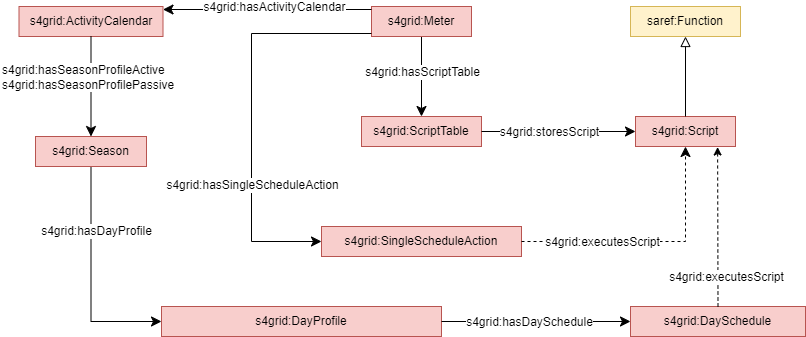
Before: documentation/diagrams/SAREF4GRID_Overview_3.png, a diagram exported from draw.io (Sergio-Carulli/saref4grid). Source tidied: cells renumbered, new cells last; positions are measured from the earlier drawing's top-left corner, leaving out a move shared by most shapes. Its diagram source:
```xml
<mxGraphModel>
  <root>
    <mxCell id="0" />
    <mxCell id="1" parent="0" />
    <mxCell id="2" value="saref:Function" style="rounded=0;whiteSpace=wrap;html=1;snapToPoint=1;points=[[0.1,0],[0.2,0],[0.3,0],[0.4,0],[0.5,0],[0.6,0],[0.7,0],[0.8,0],[0.9,0],[0,0.1],[0,0.3],[0,0.5],[0,0.7],[0,0.9],[0.1,1],[0.2,1],[0.3,1],[0.4,1],[0.5,1],[0.6,1],[0.7,1],[0.8,1],[0.9,1],[1,0.1],[1,0.3],[1,0.5],[1,0.7],[1,0.9]];fillColor=#fff2cc;strokeColor=#d6b656;" parent="1" vertex="1">
      <mxGeometry x="611" width="110" height="30" as="geometry" />
    </mxCell>
    <mxCell id="3" value="s4grid:ScriptTable" style="rounded=0;whiteSpace=wrap;html=1;snapToPoint=1;points=[[0.1,0],[0.2,0],[0.3,0],[0.4,0],[0.5,0],[0.6,0],[0.7,0],[0.8,0],[0.9,0],[0,0.1],[0,0.3],[0,0.5],[0,0.7],[0,0.9],[0.1,1],[0.2,1],[0.3,1],[0.4,1],[0.5,1],[0.6,1],[0.7,1],[0.8,1],[0.9,1],[1,0.1],[1,0.3],[1,0.5],[1,0.7],[1,0.9]];fillColor=#f8cecc;strokeColor=#b85450;" parent="1" vertex="1">
      <mxGeometry x="342" y="110" width="120" height="30" as="geometry" />
    </mxCell>
    <mxCell id="4" style="endArrow=classic;html=1;exitX=0.5;exitY=1;exitDx=0;exitDy=0;entryX=0.5;entryY=0;entryDx=0;entryDy=0;endSize=8;arcSize=0;rounded=0;" parent="1" edge="1" source="10" target="3">
      <mxGeometry relative="1" as="geometry" />
    </mxCell>
    <mxCell id="5" value="&lt;div&gt;s4grid:hasScriptTable&lt;/div&gt;" style="text;html=1;align=center;verticalAlign=middle;labelBackgroundColor=#ffffff;" parent="4" vertex="1">
      <mxGeometry x="-0.13" relative="1" as="geometry" />
    </mxCell>
    <mxCell id="6" value="s4grid:Script" style="rounded=0;whiteSpace=wrap;html=1;snapToPoint=1;points=[[0.1,0],[0.2,0],[0.3,0],[0.4,0],[0.5,0],[0.6,0],[0.7,0],[0.8,0],[0.9,0],[0,0.1],[0,0.3],[0,0.5],[0,0.7],[0,0.9],[0.1,1],[0.2,1],[0.3,1],[0.4,1],[0.5,1],[0.6,1],[0.7,1],[0.8,1],[0.9,1],[1,0.1],[1,0.3],[1,0.5],[1,0.7],[1,0.9]];fillColor=#f8cecc;strokeColor=#b85450;" parent="1" vertex="1">
      <mxGeometry x="616" y="110" width="100" height="30" as="geometry" />
    </mxCell>
    <mxCell id="7" style="endArrow=classic;html=1;exitX=1;exitY=0.5;exitDx=0;exitDy=0;endSize=8;arcSize=0;rounded=0;entryX=0;entryY=0.5;entryDx=0;entryDy=0;" parent="1" edge="1" source="3" target="6">
      <mxGeometry relative="1" as="geometry" />
    </mxCell>
    <mxCell id="8" value="s4grid:storesScript" style="text;html=1;align=center;verticalAlign=middle;labelBackgroundColor=#ffffff;" parent="7" vertex="1">
      <mxGeometry x="-0.13" relative="1" as="geometry" />
    </mxCell>
    <mxCell id="9" style="endArrow=block;html=1;fontColor=#000099;exitX=0.5;exitY=0;exitDx=0;exitDy=0;endFill=0;entryX=0.5;entryY=1;entryDx=0;entryDy=0;endSize=8;arcSize=0;rounded=0;" parent="1" edge="1" source="6" target="2">
      <mxGeometry relative="1" as="geometry" />
    </mxCell>
    <mxCell id="10" value="s4grid:Meter" style="rounded=0;whiteSpace=wrap;html=1;snapToPoint=1;points=[[0.1,0],[0.2,0],[0.3,0],[0.4,0],[0.5,0],[0.6,0],[0.7,0],[0.8,0],[0.9,0],[0,0.1],[0,0.3],[0,0.5],[0,0.7],[0,0.9],[0.1,1],[0.2,1],[0.3,1],[0.4,1],[0.5,1],[0.6,1],[0.7,1],[0.8,1],[0.9,1],[1,0.1],[1,0.3],[1,0.5],[1,0.7],[1,0.9]];fillColor=#f8cecc;strokeColor=#b85450;" parent="1" vertex="1">
      <mxGeometry x="352" width="100" height="30" as="geometry" />
    </mxCell>
    <mxCell id="11" value="s4grid:SingleScheduleAction" style="rounded=0;whiteSpace=wrap;html=1;snapToPoint=1;points=[[0.1,0],[0.2,0],[0.3,0],[0.4,0],[0.5,0],[0.6,0],[0.7,0],[0.8,0],[0.9,0],[0,0.1],[0,0.3],[0,0.5],[0,0.7],[0,0.9],[0.1,1],[0.2,1],[0.3,1],[0.4,1],[0.5,1],[0.6,1],[0.7,1],[0.8,1],[0.9,1],[1,0.1],[1,0.3],[1,0.5],[1,0.7],[1,0.9]];fillColor=#f8cecc;strokeColor=#b85450;" parent="1" vertex="1">
      <mxGeometry x="302" y="220" width="200" height="30" as="geometry" />
    </mxCell>
    <mxCell id="12" style="endArrow=classic;html=1;exitX=1;exitY=0.5;exitDx=0;exitDy=0;endSize=8;arcSize=0;rounded=0;entryX=0.5;entryY=1;entryDx=0;entryDy=0;dashed=1;edgeStyle=orthogonalEdgeStyle;" parent="1" edge="1" source="11" target="6">
      <mxGeometry relative="1" as="geometry" />
    </mxCell>
    <mxCell id="13" value="&lt;div&gt;s4grid:executesScript&lt;/div&gt;" style="text;html=1;align=center;verticalAlign=middle;labelBackgroundColor=#ffffff;" parent="12" vertex="1">
      <mxGeometry x="-0.13" relative="1" as="geometry">
        <mxPoint x="-33" as="offset" />
      </mxGeometry>
    </mxCell>
    <mxCell id="14" style="endArrow=classic;html=1;exitX=0;exitY=0.9;exitDx=0;exitDy=0;entryX=0;entryY=0.5;entryDx=0;entryDy=0;endSize=8;arcSize=0;rounded=0;edgeStyle=orthogonalEdgeStyle;" parent="1" edge="1" source="10" target="11">
      <mxGeometry relative="1" as="geometry">
        <Array as="points">
          <mxPoint x="232" y="27" />
          <mxPoint x="232" y="235" />
        </Array>
      </mxGeometry>
    </mxCell>
    <mxCell id="15" value="&lt;div&gt;s4grid:hasSingleScheduleAction&lt;/div&gt;" style="text;html=1;align=center;verticalAlign=middle;labelBackgroundColor=#ffffff;" parent="14" vertex="1">
      <mxGeometry x="-0.13" relative="1" as="geometry">
        <mxPoint y="97" as="offset" />
      </mxGeometry>
    </mxCell>
    <mxCell id="16" style="endArrow=classic;html=1;exitX=0;exitY=0.1;exitDx=0;exitDy=0;entryX=1;entryY=0.1;entryDx=0;entryDy=0;endSize=8;arcSize=0;rounded=0;" parent="1" edge="1" source="10" target="18">
      <mxGeometry relative="1" as="geometry" />
    </mxCell>
    <mxCell id="17" value="&lt;div&gt;s4grid:hasActivityCalendar&lt;/div&gt;" style="text;html=1;align=center;verticalAlign=middle;labelBackgroundColor=#ffffff;" parent="16" vertex="1">
      <mxGeometry x="-0.13" relative="1" as="geometry">
        <mxPoint x="-7" y="-3" as="offset" />
      </mxGeometry>
    </mxCell>
    <mxCell id="18" value="s4grid:ActivityCalendar" style="rounded=0;whiteSpace=wrap;html=1;snapToPoint=1;points=[[0.1,0],[0.2,0],[0.3,0],[0.4,0],[0.5,0],[0.6,0],[0.7,0],[0.8,0],[0.9,0],[0,0.1],[0,0.3],[0,0.5],[0,0.7],[0,0.9],[0.1,1],[0.2,1],[0.3,1],[0.4,1],[0.5,1],[0.6,1],[0.7,1],[0.8,1],[0.9,1],[1,0.1],[1,0.3],[1,0.5],[1,0.7],[1,0.9]];fillColor=#f8cecc;strokeColor=#b85450;" parent="1" vertex="1">
      <mxGeometry x="-0.5" width="144" height="30" as="geometry" />
    </mxCell>
    <mxCell id="19" value="s4grid:DayProfile" style="rounded=0;whiteSpace=wrap;html=1;snapToPoint=1;points=[[0.1,0],[0.2,0],[0.3,0],[0.4,0],[0.5,0],[0.6,0],[0.7,0],[0.8,0],[0.9,0],[0,0.1],[0,0.3],[0,0.5],[0,0.7],[0,0.9],[0.1,1],[0.2,1],[0.3,1],[0.4,1],[0.5,1],[0.6,1],[0.7,1],[0.8,1],[0.9,1],[1,0.1],[1,0.3],[1,0.5],[1,0.7],[1,0.9]];fillColor=#f8cecc;strokeColor=#b85450;" parent="1" vertex="1">
      <mxGeometry x="142" y="300" width="280" height="30" as="geometry" />
    </mxCell>
    <mxCell id="20" style="endArrow=classic;html=1;entryX=0;entryY=0.5;entryDx=0;entryDy=0;endSize=8;arcSize=0;rounded=0;exitX=0.5;exitY=1;exitDx=0;exitDy=0;edgeStyle=orthogonalEdgeStyle;" parent="1" edge="1" source="27" target="19">
      <mxGeometry relative="1" as="geometry" />
    </mxCell>
    <mxCell id="21" value="&lt;div&gt;s4grid:hasDayProfile&lt;/div&gt;" style="text;html=1;align=center;verticalAlign=middle;labelBackgroundColor=#ffffff;" parent="20" vertex="1">
      <mxGeometry x="-0.13" relative="1" as="geometry">
        <mxPoint x="5" y="-34" as="offset" />
      </mxGeometry>
    </mxCell>
    <mxCell id="22" value="s4grid:DaySchedule" style="rounded=0;whiteSpace=wrap;html=1;snapToPoint=1;points=[[0.1,0],[0.2,0],[0.3,0],[0.4,0],[0.5,0],[0.6,0],[0.7,0],[0.8,0],[0.9,0],[0,0.1],[0,0.3],[0,0.5],[0,0.7],[0,0.9],[0.1,1],[0.2,1],[0.3,1],[0.4,1],[0.5,1],[0.6,1],[0.7,1],[0.8,1],[0.9,1],[1,0.1],[1,0.3],[1,0.5],[1,0.7],[1,0.9]];fillColor=#f8cecc;strokeColor=#b85450;" parent="1" vertex="1">
      <mxGeometry x="611" y="300" width="175" height="30" as="geometry" />
    </mxCell>
    <mxCell id="23" style="endArrow=classic;html=1;rounded=0;entryX=0.821;entryY=1.017;entryDx=0;entryDy=0;exitX=0.5;exitY=0;exitDx=0;exitDy=0;dashed=1;entryPerimeter=0;" parent="1" edge="1" source="22" target="6">
      <mxGeometry relative="1" as="geometry" />
    </mxCell>
    <mxCell id="24" value="s4grid:executesScript" style="edgeLabel;html=1;align=center;verticalAlign=middle;fontSize=12;" parent="23" vertex="1">
      <mxGeometry x="-0.17" relative="1" as="geometry">
        <mxPoint x="8" y="36" as="offset" />
      </mxGeometry>
    </mxCell>
    <mxCell id="25" style="endArrow=classic;html=1;exitX=1;exitY=0.5;exitDx=0;exitDy=0;endSize=8;arcSize=0;rounded=0;entryX=0;entryY=0.5;entryDx=0;entryDy=0;" parent="1" edge="1" source="19" target="22">
      <mxGeometry relative="1" as="geometry" />
    </mxCell>
    <mxCell id="26" value="&lt;div&gt;s4grid:hasDaySchedule&lt;/div&gt;" style="text;html=1;align=center;verticalAlign=middle;labelBackgroundColor=#ffffff;" parent="25" vertex="1">
      <mxGeometry x="-0.13" relative="1" as="geometry">
        <mxPoint x="4.2" as="offset" />
      </mxGeometry>
    </mxCell>
    <mxCell id="27" value="s4grid:Season" style="rounded=0;whiteSpace=wrap;html=1;snapToPoint=1;points=[[0.1,0],[0.2,0],[0.3,0],[0.4,0],[0.5,0],[0.6,0],[0.7,0],[0.8,0],[0.9,0],[0,0.1],[0,0.3],[0,0.5],[0,0.7],[0,0.9],[0.1,1],[0.2,1],[0.3,1],[0.4,1],[0.5,1],[0.6,1],[0.7,1],[0.8,1],[0.9,1],[1,0.1],[1,0.3],[1,0.5],[1,0.7],[1,0.9]];fillColor=#f8cecc;strokeColor=#b85450;" parent="1" vertex="1">
      <mxGeometry x="16" y="130" width="111" height="30" as="geometry" />
    </mxCell>
    <mxCell id="28" style="endArrow=classic;html=1;entryX=0.5;entryY=0;entryDx=0;entryDy=0;endSize=8;arcSize=0;rounded=0;exitX=0.5;exitY=1;exitDx=0;exitDy=0;" parent="1" edge="1" source="18" target="27">
      <mxGeometry relative="1" as="geometry" />
    </mxCell>
    <mxCell id="29" value="&lt;div&gt;s4grid:hasSeasonProfileActive&lt;/div&gt;s4grid:hasSeasonProfilePassive" style="text;html=1;align=left;verticalAlign=middle;labelBackgroundColor=#ffffff;" parent="28" vertex="1">
      <mxGeometry x="-0.13" relative="1" as="geometry">
        <mxPoint x="-91" y="-4" as="offset" />
      </mxGeometry>
    </mxCell>
  </root>
</mxGraphModel>
```
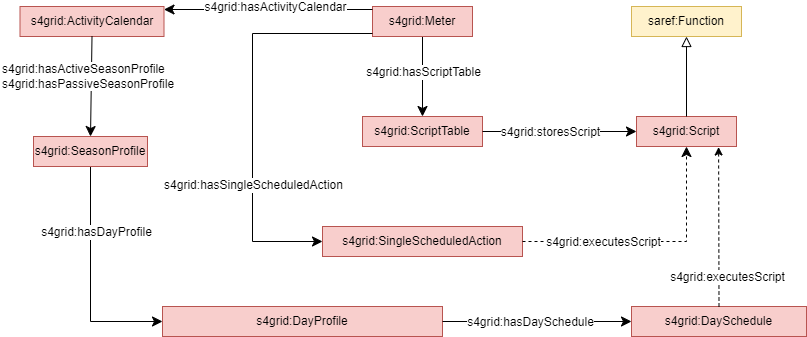
After the commit.

What changed in the source:
```diff
@@ -29,7 +29,7 @@
     <mxCell id="10" value="s4grid:Meter" style="rounded=0;whiteSpace=wrap;html=1;snapToPoint=1;points=[[0.1,0],[0.2,0],[0.3,0],[0.4,0],[0.5,0],[0.6,0],[0.7,0],[0.8,0],[0.9,0],[0,0.1],[0,0.3],[0,0.5],[0,0.7],[0,0.9],[0.1,1],[0.2,1],[0.3,1],[0.4,1],[0.5,1],[0.6,1],[0.7,1],[0.8,1],[0.9,1],[1,0.1],[1,0.3],[1,0.5],[1,0.7],[1,0.9]];fillColor=#f8cecc;strokeColor=#b85450;" parent="1" vertex="1">
       <mxGeometry x="352" width="100" height="30" as="geometry" />
     </mxCell>
-    <mxCell id="11" value="s4grid:SingleScheduleAction" style="rounded=0;whiteSpace=wrap;html=1;snapToPoint=1;points=[[0.1,0],[0.2,0],[0.3,0],[0.4,0],[0.5,0],[0.6,0],[0.7,0],[0.8,0],[0.9,0],[0,0.1],[0,0.3],[0,0.5],[0,0.7],[0,0.9],[0.1,1],[0.2,1],[0.3,1],[0.4,1],[0.5,1],[0.6,1],[0.7,1],[0.8,1],[0.9,1],[1,0.1],[1,0.3],[1,0.5],[1,0.7],[1,0.9]];fillColor=#f8cecc;strokeColor=#b85450;" parent="1" vertex="1">
+    <mxCell id="11" value="s4grid:SingleScheduledAction" style="rounded=0;whiteSpace=wrap;html=1;snapToPoint=1;points=[[0.1,0],[0.2,0],[0.3,0],[0.4,0],[0.5,0],[0.6,0],[0.7,0],[0.8,0],[0.9,0],[0,0.1],[0,0.3],[0,0.5],[0,0.7],[0,0.9],[0.1,1],[0.2,1],[0.3,1],[0.4,1],[0.5,1],[0.6,1],[0.7,1],[0.8,1],[0.9,1],[1,0.1],[1,0.3],[1,0.5],[1,0.7],[1,0.9]];fillColor=#f8cecc;strokeColor=#b85450;" parent="1" vertex="1">
       <mxGeometry x="302" y="220" width="200" height="30" as="geometry" />
     </mxCell>
     <mxCell id="12" style="endArrow=classic;html=1;exitX=1;exitY=0.5;exitDx=0;exitDy=0;endSize=8;arcSize=0;rounded=0;entryX=0.5;entryY=1;entryDx=0;entryDy=0;dashed=1;edgeStyle=orthogonalEdgeStyle;" parent="1" edge="1" source="11" target="6">
@@ -48,7 +48,7 @@
         </Array>
       </mxGeometry>
     </mxCell>
-    <mxCell id="15" value="&lt;div&gt;s4grid:hasSingleScheduleAction&lt;/div&gt;" style="text;html=1;align=center;verticalAlign=middle;labelBackgroundColor=#ffffff;" parent="14" vertex="1">
+    <mxCell id="15" value="&lt;div&gt;s4grid:hasSingleScheduledAction&lt;/div&gt;" style="text;html=1;align=center;verticalAlign=middle;labelBackgroundColor=#ffffff;" parent="14" vertex="1">
       <mxGeometry x="-0.13" relative="1" as="geometry">
         <mxPoint y="97" as="offset" />
       </mxGeometry>
@@ -94,13 +94,13 @@
         <mxPoint x="4.2" as="offset" />
       </mxGeometry>
     </mxCell>
-    <mxCell id="27" value="s4grid:Season" style="rounded=0;whiteSpace=wrap;html=1;snapToPoint=1;points=[[0.1,0],[0.2,0],[0.3,0],[0.4,0],[0.5,0],[0.6,0],[0.7,0],[0.8,0],[0.9,0],[0,0.1],[0,0.3],[0,0.5],[0,0.7],[0,0.9],[0.1,1],[0.2,1],[0.3,1],[0.4,1],[0.5,1],[0.6,1],[0.7,1],[0.8,1],[0.9,1],[1,0.1],[1,0.3],[1,0.5],[1,0.7],[1,0.9]];fillColor=#f8cecc;strokeColor=#b85450;" parent="1" vertex="1">
-      <mxGeometry x="16" y="130" width="111" height="30" as="geometry" />
+    <mxCell id="27" value="s4grid:SeasonProfile" style="rounded=0;whiteSpace=wrap;html=1;snapToPoint=1;points=[[0.1,0],[0.2,0],[0.3,0],[0.4,0],[0.5,0],[0.6,0],[0.7,0],[0.8,0],[0.9,0],[0,0.1],[0,0.3],[0,0.5],[0,0.7],[0,0.9],[0.1,1],[0.2,1],[0.3,1],[0.4,1],[0.5,1],[0.6,1],[0.7,1],[0.8,1],[0.9,1],[1,0.1],[1,0.3],[1,0.5],[1,0.7],[1,0.9]];fillColor=#f8cecc;strokeColor=#b85450;" parent="1" vertex="1">
+      <mxGeometry x="13" y="130" width="114" height="30" as="geometry" />
     </mxCell>
     <mxCell id="28" style="endArrow=classic;html=1;entryX=0.5;entryY=0;entryDx=0;entryDy=0;endSize=8;arcSize=0;rounded=0;exitX=0.5;exitY=1;exitDx=0;exitDy=0;" parent="1" edge="1" source="18" target="27">
       <mxGeometry relative="1" as="geometry" />
     </mxCell>
-    <mxCell id="29" value="&lt;div&gt;s4grid:hasSeasonProfileActive&lt;/div&gt;s4grid:hasSeasonProfilePassive" style="text;html=1;align=left;verticalAlign=middle;labelBackgroundColor=#ffffff;" parent="28" vertex="1">
+    <mxCell id="29" value="&lt;div&gt;s4grid:hasActiveSeasonProfile&lt;/div&gt;s4grid:hasPassiveSeasonProfile" style="text;html=1;align=left;verticalAlign=middle;labelBackgroundColor=#ffffff;" parent="28" vertex="1">
       <mxGeometry x="-0.13" relative="1" as="geometry">
         <mxPoint x="-91" y="-4" as="offset" />
       </mxGeometry>
```
